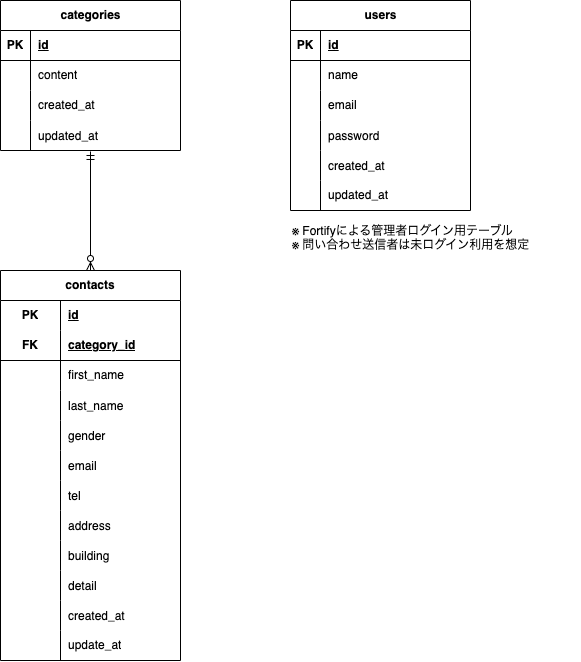
Before: docs/index.drawio.png, a diagram exported from draw.io (YuHirasaka/contact-form). Source tidied: cells renumbered, new cells last; positions are measured from the earlier drawing's top-left corner, leaving out a move shared by most shapes. Its diagram source:
```xml
<mxGraphModel>
  <root>
    <mxCell id="0" />
    <mxCell id="1" parent="0" />
    <mxCell id="2" value="users" style="shape=table;startSize=30;rowLines=0;fontStyle=1;align=center;html=1;" parent="1" vertex="1">
      <mxGeometry x="290" width="180" height="210" as="geometry" />
    </mxCell>
    <mxCell id="3" style="shape=tableRow;horizontal=0;startSize=0;swimlaneHead=0;swimlaneBody=0;fillColor=none;top=0;left=0;right=0;bottom=1;" parent="2" vertex="1">
      <mxGeometry y="30" width="180" height="30" as="geometry" />
    </mxCell>
    <mxCell id="4" value="PK" style="shape=partialRectangle;fillColor=none;top=0;left=0;bottom=0;right=0;fontStyle=1;overflow=hidden;whiteSpace=wrap;html=1;" parent="3" vertex="1">
      <mxGeometry width="30" height="30" as="geometry" />
    </mxCell>
    <mxCell id="5" value="id" style="shape=partialRectangle;fillColor=none;top=0;left=0;bottom=0;right=0;align=left;spacingLeft=6;fontStyle=5;overflow=hidden;whiteSpace=wrap;html=1;" parent="3" vertex="1">
      <mxGeometry x="30" width="150" height="30" as="geometry" />
    </mxCell>
    <mxCell id="6" style="shape=tableRow;horizontal=0;startSize=0;swimlaneHead=0;swimlaneBody=0;fillColor=none;top=0;left=0;right=0;bottom=0;" parent="2" vertex="1">
      <mxGeometry y="60" width="180" height="30" as="geometry" />
    </mxCell>
    <mxCell id="7" style="shape=partialRectangle;fillColor=none;top=0;left=0;bottom=0;right=0;overflow=hidden;whiteSpace=wrap;html=1;" parent="6" vertex="1">
      <mxGeometry width="30" height="30" as="geometry" />
    </mxCell>
    <mxCell id="8" value="name" style="shape=partialRectangle;fillColor=none;top=0;left=0;bottom=0;right=0;align=left;spacingLeft=6;overflow=hidden;whiteSpace=wrap;html=1;" parent="6" vertex="1">
      <mxGeometry x="30" width="150" height="30" as="geometry" />
    </mxCell>
    <mxCell id="9" style="shape=tableRow;horizontal=0;startSize=0;swimlaneHead=0;swimlaneBody=0;fillColor=none;top=0;left=0;right=0;bottom=0;" parent="2" vertex="1">
      <mxGeometry y="90" width="180" height="30" as="geometry" />
    </mxCell>
    <mxCell id="10" style="shape=partialRectangle;fillColor=none;top=0;left=0;bottom=0;right=0;overflow=hidden;whiteSpace=wrap;html=1;" parent="9" vertex="1">
      <mxGeometry width="30" height="30" as="geometry" />
    </mxCell>
    <mxCell id="11" value="email" style="shape=partialRectangle;fillColor=none;top=0;left=0;bottom=0;right=0;align=left;spacingLeft=6;overflow=hidden;whiteSpace=wrap;html=1;" parent="9" vertex="1">
      <mxGeometry x="30" width="150" height="30" as="geometry" />
    </mxCell>
    <mxCell id="12" style="shape=tableRow;horizontal=0;startSize=0;swimlaneHead=0;swimlaneBody=0;fillColor=none;top=0;left=0;right=0;bottom=0;" parent="2" vertex="1">
      <mxGeometry y="120" width="180" height="30" as="geometry" />
    </mxCell>
    <mxCell id="13" style="shape=partialRectangle;fillColor=none;top=0;left=0;bottom=0;right=0;overflow=hidden;" parent="12" vertex="1">
      <mxGeometry width="30" height="30" as="geometry" />
    </mxCell>
    <mxCell id="14" value="password" style="shape=partialRectangle;fillColor=none;top=0;left=0;bottom=0;right=0;align=left;spacingLeft=6;overflow=hidden;" parent="12" vertex="1">
      <mxGeometry x="30" width="150" height="30" as="geometry" />
    </mxCell>
    <mxCell id="15" style="shape=tableRow;horizontal=0;startSize=0;swimlaneHead=0;swimlaneBody=0;fillColor=none;top=0;left=0;right=0;bottom=0;" parent="2" vertex="1">
      <mxGeometry y="150" width="180" height="30" as="geometry" />
    </mxCell>
    <mxCell id="16" style="shape=partialRectangle;fillColor=none;top=0;left=0;bottom=0;right=0;overflow=hidden;" parent="15" vertex="1">
      <mxGeometry width="30" height="30" as="geometry" />
    </mxCell>
    <mxCell id="17" value="created_at" style="shape=partialRectangle;fillColor=none;top=0;left=0;bottom=0;right=0;align=left;spacingLeft=6;overflow=hidden;" parent="15" vertex="1">
      <mxGeometry x="30" width="150" height="30" as="geometry" />
    </mxCell>
    <mxCell id="18" style="shape=tableRow;horizontal=0;startSize=0;swimlaneHead=0;swimlaneBody=0;fillColor=none;top=0;left=0;right=0;bottom=0;" parent="2" vertex="1">
      <mxGeometry y="180" width="180" height="30" as="geometry" />
    </mxCell>
    <mxCell id="19" style="shape=partialRectangle;fillColor=none;top=0;left=0;bottom=0;right=0;overflow=hidden;whiteSpace=wrap;html=1;" parent="18" vertex="1">
      <mxGeometry width="30" height="30" as="geometry" />
    </mxCell>
    <mxCell id="20" value="&lt;span style=&quot;color: rgb(0, 0, 0); text-wrap-mode: nowrap;&quot;&gt;updated_at&lt;/span&gt;" style="shape=partialRectangle;fillColor=none;top=0;left=0;bottom=0;right=0;align=left;spacingLeft=6;overflow=hidden;whiteSpace=wrap;html=1;" parent="18" vertex="1">
      <mxGeometry x="30" width="150" height="30" as="geometry" />
    </mxCell>
    <mxCell id="21" value="categories" style="shape=table;startSize=30;rowLines=0;fontStyle=1;align=center;html=1;" parent="1" vertex="1">
      <mxGeometry width="180" height="150" as="geometry" />
    </mxCell>
    <mxCell id="22" style="shape=tableRow;horizontal=0;startSize=0;swimlaneHead=0;swimlaneBody=0;fillColor=none;top=0;left=0;right=0;bottom=1;" parent="21" vertex="1">
      <mxGeometry y="30" width="180" height="30" as="geometry" />
    </mxCell>
    <mxCell id="23" value="PK" style="shape=partialRectangle;fillColor=none;top=0;left=0;bottom=0;right=0;fontStyle=1;overflow=hidden;whiteSpace=wrap;html=1;" parent="22" vertex="1">
      <mxGeometry width="30" height="30" as="geometry" />
    </mxCell>
    <mxCell id="24" value="id" style="shape=partialRectangle;fillColor=none;top=0;left=0;bottom=0;right=0;align=left;spacingLeft=6;fontStyle=5;overflow=hidden;whiteSpace=wrap;html=1;" parent="22" vertex="1">
      <mxGeometry x="30" width="150" height="30" as="geometry" />
    </mxCell>
    <mxCell id="25" style="shape=tableRow;horizontal=0;startSize=0;swimlaneHead=0;swimlaneBody=0;fillColor=none;top=0;left=0;right=0;bottom=0;" parent="21" vertex="1">
      <mxGeometry y="60" width="180" height="30" as="geometry" />
    </mxCell>
    <mxCell id="26" style="shape=partialRectangle;fillColor=none;top=0;left=0;bottom=0;right=0;overflow=hidden;whiteSpace=wrap;html=1;" parent="25" vertex="1">
      <mxGeometry width="30" height="30" as="geometry" />
    </mxCell>
    <mxCell id="27" value="content" style="shape=partialRectangle;fillColor=none;top=0;left=0;bottom=0;right=0;align=left;spacingLeft=6;overflow=hidden;whiteSpace=wrap;html=1;" parent="25" vertex="1">
      <mxGeometry x="30" width="150" height="30" as="geometry" />
    </mxCell>
    <mxCell id="28" style="shape=tableRow;horizontal=0;startSize=0;swimlaneHead=0;swimlaneBody=0;fillColor=none;top=0;left=0;right=0;bottom=0;" parent="21" vertex="1">
      <mxGeometry y="90" width="180" height="30" as="geometry" />
    </mxCell>
    <mxCell id="29" style="shape=partialRectangle;fillColor=none;top=0;left=0;bottom=0;right=0;overflow=hidden;whiteSpace=wrap;html=1;" parent="28" vertex="1">
      <mxGeometry width="30" height="30" as="geometry" />
    </mxCell>
    <mxCell id="30" value="created_at" style="shape=partialRectangle;fillColor=none;top=0;left=0;bottom=0;right=0;align=left;spacingLeft=6;overflow=hidden;whiteSpace=wrap;html=1;" parent="28" vertex="1">
      <mxGeometry x="30" width="150" height="30" as="geometry" />
    </mxCell>
    <mxCell id="31" style="shape=tableRow;horizontal=0;startSize=0;swimlaneHead=0;swimlaneBody=0;fillColor=none;points=[[0,0.5],[1,0.5]];portConstraint=eastwest;top=0;left=0;right=0;bottom=0;" parent="21" vertex="1">
      <mxGeometry y="120" width="180" height="30" as="geometry" />
    </mxCell>
    <mxCell id="32" style="shape=partialRectangle;fillColor=none;top=0;left=0;bottom=0;right=0;overflow=hidden;" parent="31" vertex="1">
      <mxGeometry width="30" height="30" as="geometry" />
    </mxCell>
    <mxCell id="33" value="updated_at" style="shape=partialRectangle;fillColor=none;top=0;left=0;bottom=0;right=0;align=left;spacingLeft=6;overflow=hidden;" parent="31" vertex="1">
      <mxGeometry x="30" width="150" height="30" as="geometry" />
    </mxCell>
    <mxCell id="34" value="contacts" style="shape=table;startSize=30;rowLines=0;fontStyle=1;align=center;html=1;whiteSpace=wrap;" parent="1" vertex="1">
      <mxGeometry y="270" width="180" height="390" as="geometry" />
    </mxCell>
    <mxCell id="35" style="shape=tableRow;horizontal=0;startSize=0;swimlaneHead=0;swimlaneBody=0;fillColor=none;top=0;left=0;right=0;bottom=0;html=1;" parent="34" vertex="1">
      <mxGeometry y="30" width="180" height="30" as="geometry" />
    </mxCell>
    <mxCell id="36" value="PK" style="shape=partialRectangle;fillColor=none;top=0;left=0;bottom=0;right=0;fontStyle=1;overflow=hidden;html=1;whiteSpace=wrap;" parent="35" vertex="1">
      <mxGeometry width="60" height="30" as="geometry" />
    </mxCell>
    <mxCell id="37" value="id" style="shape=partialRectangle;fillColor=none;top=0;left=0;bottom=0;right=0;align=left;spacingLeft=6;fontStyle=5;overflow=hidden;html=1;whiteSpace=wrap;" parent="35" vertex="1">
      <mxGeometry x="60" width="120" height="30" as="geometry" />
    </mxCell>
    <mxCell id="38" style="shape=tableRow;horizontal=0;startSize=0;swimlaneHead=0;swimlaneBody=0;fillColor=none;top=0;left=0;right=0;bottom=1;html=1;" parent="34" vertex="1">
      <mxGeometry y="60" width="180" height="30" as="geometry" />
    </mxCell>
    <mxCell id="39" value="FK" style="shape=partialRectangle;fillColor=none;top=0;left=0;bottom=0;right=0;fontStyle=1;overflow=hidden;html=1;whiteSpace=wrap;" parent="38" vertex="1">
      <mxGeometry width="60" height="30" as="geometry" />
    </mxCell>
    <mxCell id="40" value="category_id" style="shape=partialRectangle;fillColor=none;top=0;left=0;bottom=0;right=0;align=left;spacingLeft=6;fontStyle=5;overflow=hidden;html=1;whiteSpace=wrap;" parent="38" vertex="1">
      <mxGeometry x="60" width="120" height="30" as="geometry" />
    </mxCell>
    <mxCell id="41" style="shape=tableRow;horizontal=0;startSize=0;swimlaneHead=0;swimlaneBody=0;fillColor=none;top=0;left=0;right=0;bottom=0;html=1;" parent="34" vertex="1">
      <mxGeometry y="90" width="180" height="30" as="geometry" />
    </mxCell>
    <mxCell id="42" style="shape=partialRectangle;fillColor=none;top=0;left=0;bottom=0;right=0;overflow=hidden;html=1;whiteSpace=wrap;" parent="41" vertex="1">
      <mxGeometry width="60" height="30" as="geometry" />
    </mxCell>
    <mxCell id="43" value="first_name" style="shape=partialRectangle;fillColor=none;top=0;left=0;bottom=0;right=0;align=left;spacingLeft=6;overflow=hidden;html=1;whiteSpace=wrap;" parent="41" vertex="1">
      <mxGeometry x="60" width="120" height="30" as="geometry" />
    </mxCell>
    <mxCell id="44" style="shape=tableRow;horizontal=0;startSize=0;swimlaneHead=0;swimlaneBody=0;fillColor=none;top=0;left=0;right=0;bottom=0;" parent="34" vertex="1">
      <mxGeometry y="120" width="180" height="30" as="geometry" />
    </mxCell>
    <mxCell id="45" style="shape=partialRectangle;fillColor=none;top=0;left=0;bottom=0;right=0;overflow=hidden;" parent="44" vertex="1">
      <mxGeometry width="60" height="30" as="geometry" />
    </mxCell>
    <mxCell id="46" value="last_name" style="shape=partialRectangle;fillColor=none;top=0;left=0;bottom=0;right=0;align=left;spacingLeft=6;overflow=hidden;" parent="44" vertex="1">
      <mxGeometry x="60" width="120" height="30" as="geometry" />
    </mxCell>
    <mxCell id="47" style="shape=tableRow;horizontal=0;startSize=0;swimlaneHead=0;swimlaneBody=0;fillColor=none;top=0;left=0;right=0;bottom=0;" parent="34" vertex="1">
      <mxGeometry y="150" width="180" height="30" as="geometry" />
    </mxCell>
    <mxCell id="48" style="shape=partialRectangle;fillColor=none;top=0;left=0;bottom=0;right=0;overflow=hidden;" parent="47" vertex="1">
      <mxGeometry width="60" height="30" as="geometry" />
    </mxCell>
    <mxCell id="49" value="gender" style="shape=partialRectangle;fillColor=none;top=0;left=0;bottom=0;right=0;align=left;spacingLeft=6;overflow=hidden;" parent="47" vertex="1">
      <mxGeometry x="60" width="120" height="30" as="geometry" />
    </mxCell>
    <mxCell id="50" style="shape=tableRow;horizontal=0;startSize=0;swimlaneHead=0;swimlaneBody=0;fillColor=none;top=0;left=0;right=0;bottom=0;" parent="34" vertex="1">
      <mxGeometry y="180" width="180" height="30" as="geometry" />
    </mxCell>
    <mxCell id="51" style="shape=partialRectangle;fillColor=none;top=0;left=0;bottom=0;right=0;overflow=hidden;" parent="50" vertex="1">
      <mxGeometry width="60" height="30" as="geometry" />
    </mxCell>
    <mxCell id="52" value="email" style="shape=partialRectangle;fillColor=none;top=0;left=0;bottom=0;right=0;align=left;spacingLeft=6;overflow=hidden;" parent="50" vertex="1">
      <mxGeometry x="60" width="120" height="30" as="geometry" />
    </mxCell>
    <mxCell id="53" style="shape=tableRow;horizontal=0;startSize=0;swimlaneHead=0;swimlaneBody=0;fillColor=none;top=0;left=0;right=0;bottom=0;" parent="34" vertex="1">
      <mxGeometry y="210" width="180" height="30" as="geometry" />
    </mxCell>
    <mxCell id="54" style="shape=partialRectangle;fillColor=none;top=0;left=0;bottom=0;right=0;overflow=hidden;" parent="53" vertex="1">
      <mxGeometry width="60" height="30" as="geometry" />
    </mxCell>
    <mxCell id="55" value="tel" style="shape=partialRectangle;fillColor=none;top=0;left=0;bottom=0;right=0;align=left;spacingLeft=6;overflow=hidden;" parent="53" vertex="1">
      <mxGeometry x="60" width="120" height="30" as="geometry" />
    </mxCell>
    <mxCell id="56" style="shape=tableRow;horizontal=0;startSize=0;swimlaneHead=0;swimlaneBody=0;fillColor=none;top=0;left=0;right=0;bottom=0;" parent="34" vertex="1">
      <mxGeometry y="240" width="180" height="30" as="geometry" />
    </mxCell>
    <mxCell id="57" style="shape=partialRectangle;fillColor=none;top=0;left=0;bottom=0;right=0;overflow=hidden;" parent="56" vertex="1">
      <mxGeometry width="60" height="30" as="geometry" />
    </mxCell>
    <mxCell id="58" value="address" style="shape=partialRectangle;fillColor=none;top=0;left=0;bottom=0;right=0;align=left;spacingLeft=6;overflow=hidden;" parent="56" vertex="1">
      <mxGeometry x="60" width="120" height="30" as="geometry" />
    </mxCell>
    <mxCell id="59" style="shape=tableRow;horizontal=0;startSize=0;swimlaneHead=0;swimlaneBody=0;fillColor=none;top=0;left=0;right=0;bottom=0;" parent="34" vertex="1">
      <mxGeometry y="270" width="180" height="30" as="geometry" />
    </mxCell>
    <mxCell id="60" style="shape=partialRectangle;fillColor=none;top=0;left=0;bottom=0;right=0;overflow=hidden;" parent="59" vertex="1">
      <mxGeometry width="60" height="30" as="geometry" />
    </mxCell>
    <mxCell id="61" value="building" style="shape=partialRectangle;fillColor=none;top=0;left=0;bottom=0;right=0;align=left;spacingLeft=6;overflow=hidden;" parent="59" vertex="1">
      <mxGeometry x="60" width="120" height="30" as="geometry" />
    </mxCell>
    <mxCell id="62" style="shape=tableRow;horizontal=0;startSize=0;swimlaneHead=0;swimlaneBody=0;fillColor=none;top=0;left=0;right=0;bottom=0;" parent="34" vertex="1">
      <mxGeometry y="300" width="180" height="30" as="geometry" />
    </mxCell>
    <mxCell id="63" style="shape=partialRectangle;fillColor=none;top=0;left=0;bottom=0;right=0;overflow=hidden;" parent="62" vertex="1">
      <mxGeometry width="60" height="30" as="geometry" />
    </mxCell>
    <mxCell id="64" value="detail" style="shape=partialRectangle;fillColor=none;top=0;left=0;bottom=0;right=0;align=left;spacingLeft=6;overflow=hidden;" parent="62" vertex="1">
      <mxGeometry x="60" width="120" height="30" as="geometry" />
    </mxCell>
    <mxCell id="65" style="shape=tableRow;horizontal=0;startSize=0;swimlaneHead=0;swimlaneBody=0;fillColor=none;top=0;left=0;right=0;bottom=0;" parent="34" vertex="1">
      <mxGeometry y="330" width="180" height="30" as="geometry" />
    </mxCell>
    <mxCell id="66" style="shape=partialRectangle;fillColor=none;top=0;left=0;bottom=0;right=0;overflow=hidden;" parent="65" vertex="1">
      <mxGeometry width="60" height="30" as="geometry" />
    </mxCell>
    <mxCell id="67" value="created_at" style="shape=partialRectangle;fillColor=none;top=0;left=0;bottom=0;right=0;align=left;spacingLeft=6;overflow=hidden;" parent="65" vertex="1">
      <mxGeometry x="60" width="120" height="30" as="geometry" />
    </mxCell>
    <mxCell id="68" style="shape=tableRow;horizontal=0;startSize=0;swimlaneHead=0;swimlaneBody=0;fillColor=none;top=0;left=0;right=0;bottom=0;html=1;" parent="34" vertex="1">
      <mxGeometry y="360" width="180" height="30" as="geometry" />
    </mxCell>
    <mxCell id="69" style="shape=partialRectangle;fillColor=none;top=0;left=0;bottom=0;right=0;overflow=hidden;html=1;whiteSpace=wrap;" parent="68" vertex="1">
      <mxGeometry width="60" height="30" as="geometry" />
    </mxCell>
    <mxCell id="70" value="update_at" style="shape=partialRectangle;fillColor=none;top=0;left=0;bottom=0;right=0;align=left;spacingLeft=6;overflow=hidden;html=1;whiteSpace=wrap;" parent="68" vertex="1">
      <mxGeometry x="60" width="120" height="30" as="geometry" />
    </mxCell>
    <mxCell id="71" style="fontSize=12;html=1;endArrow=ERzeroToMany;startArrow=ERmandOne;entryX=0.5;entryY=0;entryDx=0;entryDy=0;exitX=0.5;exitY=1.033;exitDx=0;exitDy=0;exitPerimeter=0;" parent="1" edge="1" source="31" target="34">
      <mxGeometry relative="1" as="geometry" />
    </mxCell>
    <mxCell id="72" value="&lt;div&gt;&lt;font color=&quot;#000000&quot;&gt;※ Fortifyによる管理者ログイン用テーブル&lt;/font&gt;&lt;/div&gt;&lt;div&gt;&lt;font color=&quot;#000000&quot;&gt;※ 問い合わせ送信者は未ログイン利用を想定&lt;/font&gt;&lt;/div&gt;&lt;div&gt;&lt;br&gt;&lt;/div&gt;" style="text;html=1;align=left;verticalAlign=middle;whiteSpace=wrap;rounded=0;" parent="1" vertex="1">
      <mxGeometry x="290" y="220" width="290" height="50" as="geometry" />
    </mxCell>
  </root>
</mxGraphModel>
```
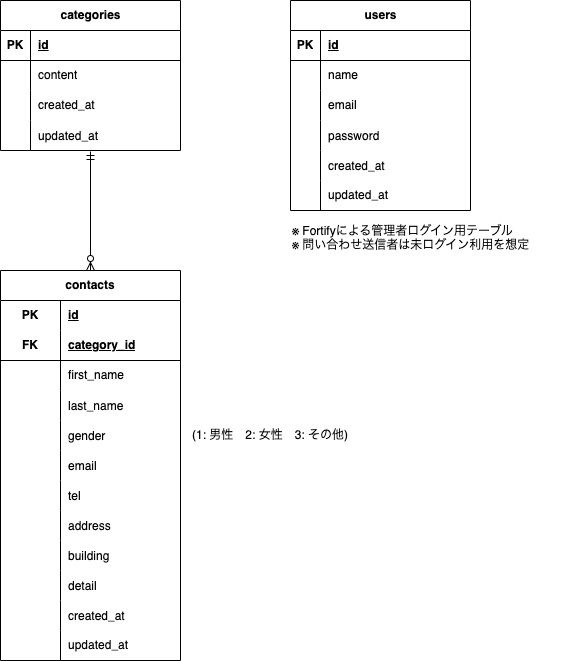
The same diagram one commit later.

Commit message:
docs: ER図を更新（updated_at修正・gender注釈追記）

What changed in the source:
```diff
@@ -206,7 +206,7 @@
     <mxCell id="69" style="shape=partialRectangle;fillColor=none;top=0;left=0;bottom=0;right=0;overflow=hidden;html=1;whiteSpace=wrap;" parent="68" vertex="1">
       <mxGeometry width="60" height="30" as="geometry" />
     </mxCell>
-    <mxCell id="70" value="update_at" style="shape=partialRectangle;fillColor=none;top=0;left=0;bottom=0;right=0;align=left;spacingLeft=6;overflow=hidden;html=1;whiteSpace=wrap;" parent="68" vertex="1">
+    <mxCell id="70" value="updated_at" style="shape=partialRectangle;fillColor=none;top=0;left=0;bottom=0;right=0;align=left;spacingLeft=6;overflow=hidden;html=1;whiteSpace=wrap;" parent="68" vertex="1">
       <mxGeometry x="60" width="120" height="30" as="geometry" />
     </mxCell>
     <mxCell id="71" style="fontSize=12;html=1;endArrow=ERzeroToMany;startArrow=ERmandOne;entryX=0.5;entryY=0;entryDx=0;entryDy=0;exitX=0.5;exitY=1.033;exitDx=0;exitDy=0;exitPerimeter=0;" parent="1" edge="1" source="31" target="34">
@@ -215,5 +215,8 @@
     <mxCell id="72" value="&lt;div&gt;&lt;font color=&quot;#000000&quot;&gt;※ Fortifyによる管理者ログイン用テーブル&lt;/font&gt;&lt;/div&gt;&lt;div&gt;&lt;font color=&quot;#000000&quot;&gt;※ 問い合わせ送信者は未ログイン利用を想定&lt;/font&gt;&lt;/div&gt;&lt;div&gt;&lt;br&gt;&lt;/div&gt;" style="text;html=1;align=left;verticalAlign=middle;whiteSpace=wrap;rounded=0;" parent="1" vertex="1">
       <mxGeometry x="290" y="220" width="290" height="50" as="geometry" />
     </mxCell>
+    <mxCell id="73" value="(1: 男性　2: 女性　3: その他)" style="text;html=1;align=center;verticalAlign=middle;whiteSpace=wrap;rounded=0;" parent="1" vertex="1">
+      <mxGeometry x="180" y="420" width="180" height="30" as="geometry" />
+    </mxCell>
   </root>
 </mxGraphModel>
```
